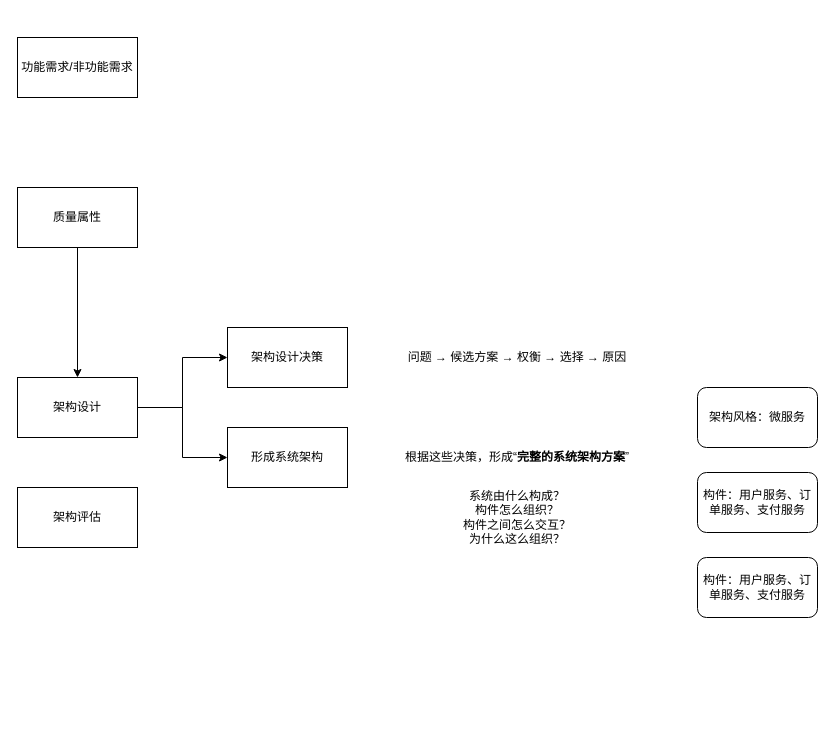
wangyunhuan895-eng/images keeps this draw.io diagram as page "第 2 页" (2 of 2) of ruankao.drawio. Above is the earlier version. Source tidied: cells renumbered, new cells numbered last; positions are measured from the earlier drawing's top-left corner, leaving out a move shared by most shapes. Both pictures are drawn from the tidied source at 100%, with x=0, y=0 at pixel (17, 37).
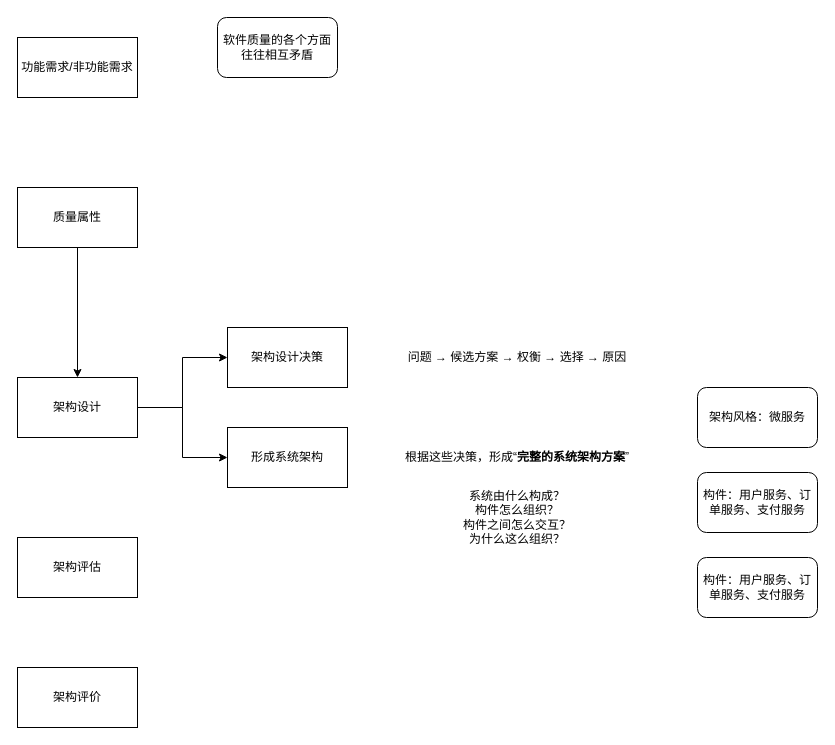
After the change.

Diff of the diagram source:
```diff
@@
 <mxGraphModel>
   <root>
     <mxCell id="0" />
     <mxCell id="1" parent="0" />
     <mxCell id="2" style="edgeStyle=orthogonalEdgeStyle;rounded=0;jettySize=auto;html=1;exitX=1;exitY=0.5;exitDx=0;exitDy=0;" parent="1" edge="1" source="4" target="8">
       <mxGeometry relative="1" as="geometry" />
     </mxCell>
     <mxCell id="3" style="edgeStyle=orthogonalEdgeStyle;rounded=0;jettySize=auto;html=1;exitX=1;exitY=0.5;exitDx=0;exitDy=0;" parent="1" edge="1" source="4" target="9">
       <mxGeometry relative="1" as="geometry" />
     </mxCell>
     <mxCell id="4" value="架构设计" style="rounded=0;whiteSpace=wrap;html=1;" parent="1" vertex="1">
       <mxGeometry y="340" width="120" height="60" as="geometry" />
     </mxCell>
     <mxCell id="5" style="edgeStyle=orthogonalEdgeStyle;rounded=0;jettySize=auto;html=1;exitX=0.5;exitY=1;exitDx=0;exitDy=0;" parent="1" edge="1" source="6" target="4">
       <mxGeometry relative="1" as="geometry" />
     </mxCell>
     <mxCell id="6" value="质量属性" style="rounded=0;whiteSpace=wrap;html=1;" parent="1" vertex="1">
       <mxGeometry y="150" width="120" height="60" as="geometry" />
     </mxCell>
-    <mxCell id="7" value="架构评估" style="rounded=0;whiteSpace=wrap;html=1;" parent="1" vertex="1">
-      <mxGeometry y="450" width="120" height="60" as="geometry" />
+    <mxCell id="7" value="架构评价" style="rounded=0;whiteSpace=wrap;html=1;" parent="1" vertex="1">
+      <mxGeometry y="630" width="120" height="60" as="geometry" />
     </mxCell>
     <mxCell id="8" value="架构设计决策" style="rounded=0;whiteSpace=wrap;html=1;" parent="1" vertex="1">
       <mxGeometry x="210" y="290" width="120" height="60" as="geometry" />
     </mxCell>
     <mxCell id="9" value="形成系统架构" style="rounded=0;whiteSpace=wrap;html=1;" parent="1" vertex="1">
       <mxGeometry x="210" y="390" width="120" height="60" as="geometry" />
     </mxCell>
     <mxCell id="10" value="问题 → 候选方案 → 权衡 → 选择 → 原因" style="text;html=1;whiteSpace=wrap;strokeColor=none;fillColor=none;align=center;verticalAlign=middle;rounded=0;" parent="1" vertex="1">
       <mxGeometry x="370" y="305" width="260" height="30" as="geometry" />
     </mxCell>
     <mxCell id="11" value="根据这些决策，形成“&lt;strong&gt;完整的系统架构方案&lt;/strong&gt;”" style="text;html=1;whiteSpace=wrap;strokeColor=none;fillColor=none;align=center;verticalAlign=middle;rounded=0;" parent="1" vertex="1">
       <mxGeometry x="380" y="405" width="240" height="30" as="geometry" />
     </mxCell>
     <mxCell id="12" value="架构风格：微服务" style="rounded=1;whiteSpace=wrap;html=1;" parent="1" vertex="1">
       <mxGeometry x="680" y="350" width="120" height="60" as="geometry" />
     </mxCell>
     <mxCell id="13" value="构件：用户服务、订单服务、支付服务" style="rounded=1;whiteSpace=wrap;html=1;" parent="1" vertex="1">
       <mxGeometry x="680" y="435" width="120" height="60" as="geometry" />
     </mxCell>
     <mxCell id="14" value="系统由什么构成？&lt;div&gt;构件怎么组织？&lt;/div&gt;&lt;div&gt;构件之间怎么交互？&lt;/div&gt;&lt;div&gt;为什么这么组织？&lt;/div&gt;" style="text;html=1;whiteSpace=wrap;strokeColor=none;fillColor=none;align=center;verticalAlign=middle;rounded=0;" parent="1" vertex="1">
       <mxGeometry x="400" y="435" width="200" height="90" as="geometry" />
     </mxCell>
     <mxCell id="15" value="构件：用户服务、订单服务、支付服务" style="rounded=1;whiteSpace=wrap;html=1;" parent="1" vertex="1">
       <mxGeometry x="680" y="520" width="120" height="60" as="geometry" />
     </mxCell>
     <mxCell id="16" value="功能需求/非功能需求" style="rounded=0;whiteSpace=wrap;html=1;" parent="1" vertex="1">
       <mxGeometry width="120" height="60" as="geometry" />
     </mxCell>
+    <mxCell id="17" value="软件质量的各个方面往往相互矛盾" style="rounded=1;whiteSpace=wrap;html=1;" parent="1" vertex="1">
+      <mxGeometry x="200" y="-20" width="120" height="60" as="geometry" />
+    </mxCell>
+    <mxCell id="18" value="架构评估" style="rounded=0;whiteSpace=wrap;html=1;" parent="1" vertex="1">
+      <mxGeometry y="500" width="120" height="60" as="geometry" />
+    </mxCell>
   </root>
 </mxGraphModel>
```
